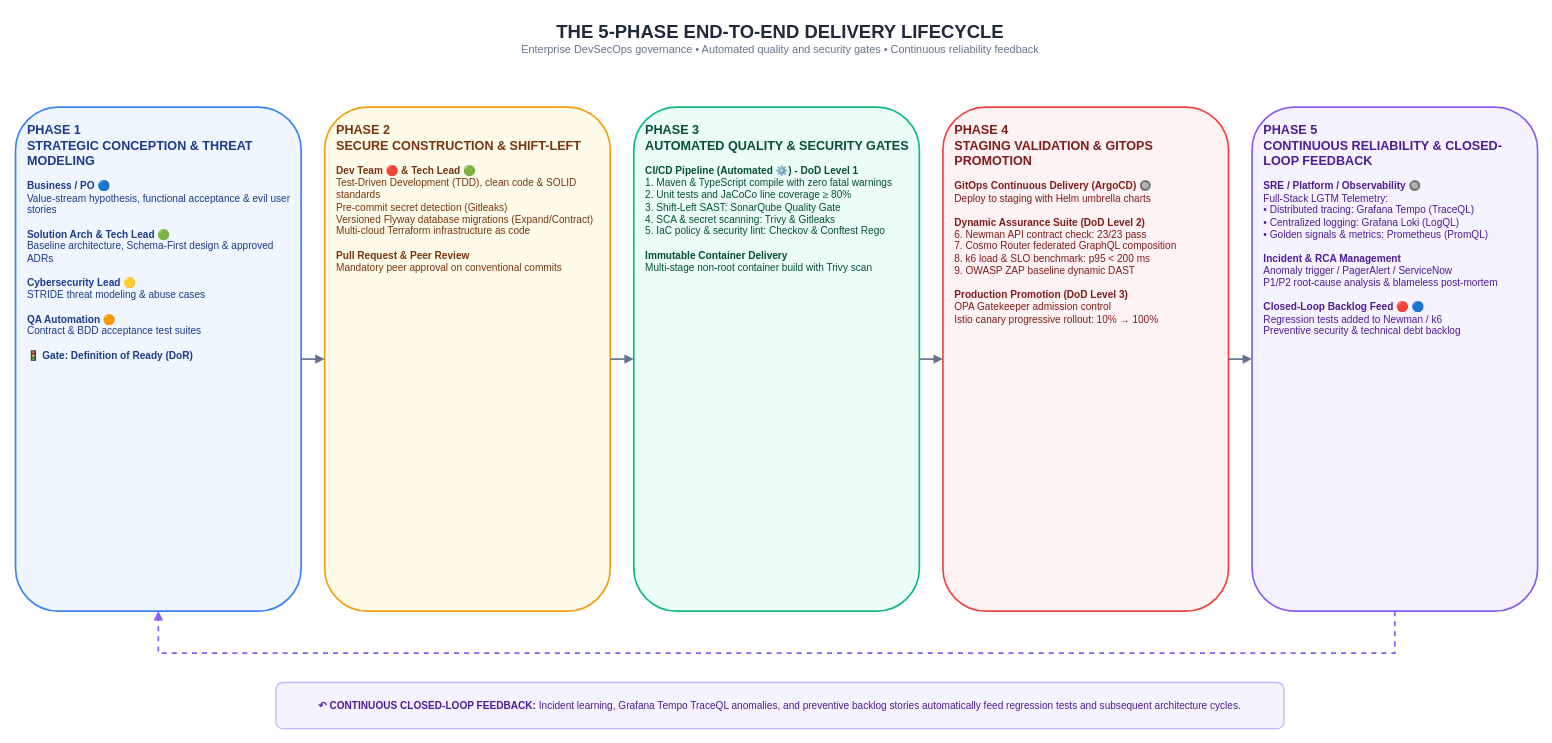
GeorgeGxx/microservices-architecture keeps this draw.io diagram as page "13. The 5-Phase End-to-End Delivery Lifecycle" (13 of 16) of docs/Diagrams.drawio. Above is the earlier version. Source tidied: cells renumbered, new cells numbered last; positions are measured from the earlier drawing's top-left corner, leaving out a move shared by most shapes. Both pictures are drawn from the tidied source at 84%, with x=0, y=0 at pixel (15, 14).
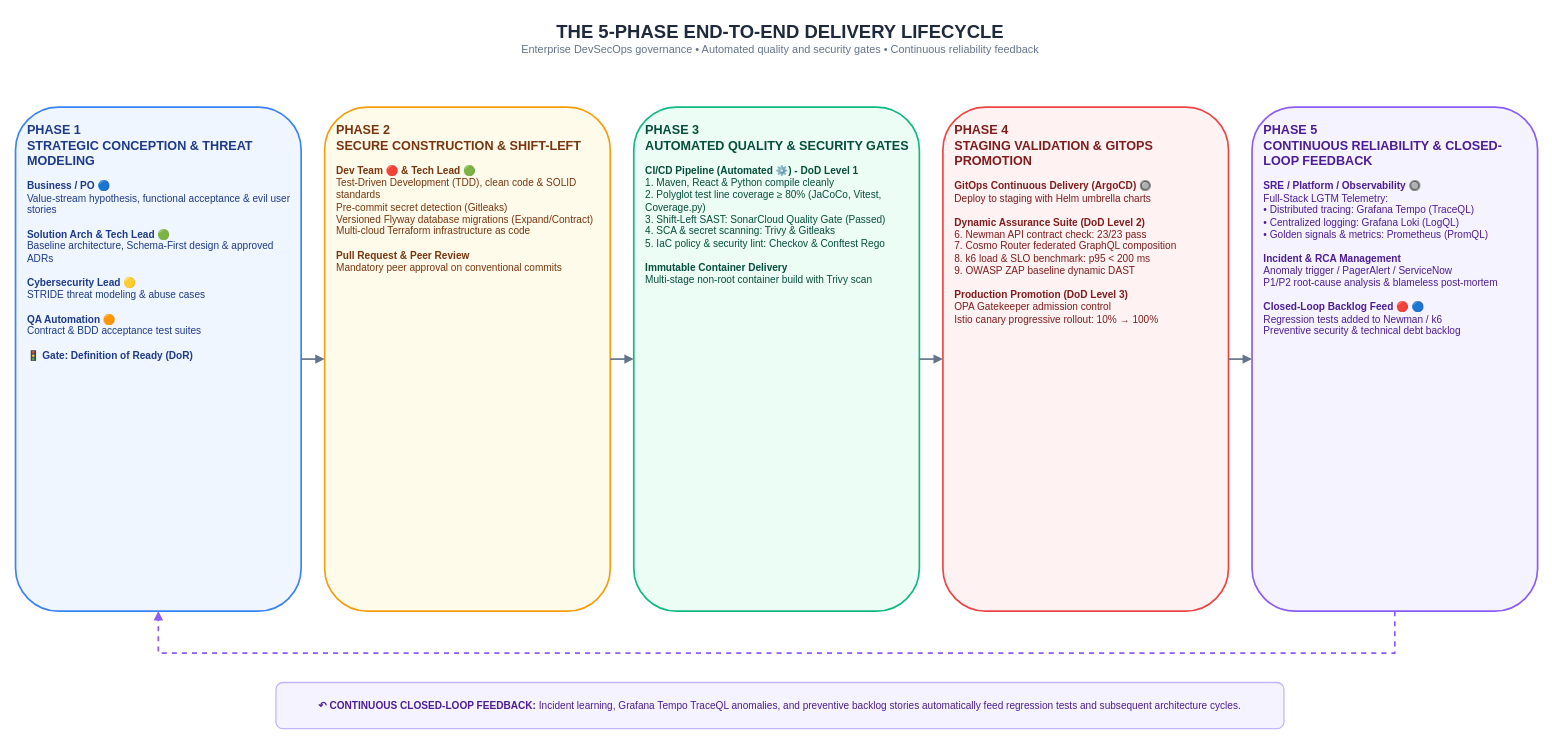
The same diagram, later.

Commit message (it also covers changes not shown here):
docs(sync): synchronize 16-page drawio blueprint, SonarCloud quality gates, and newman counts

The edit, as a diff of the source:
```diff
@@
 <mxGraphModel>
   <root>
     <mxCell id="0" />
     <mxCell id="1" parent="0" />
     <mxCell id="2" value="&lt;b style='font-size:22px;color:#1E293B;'&gt;THE 5-PHASE END-TO-END DELIVERY LIFECYCLE&lt;/b&gt;&lt;br&gt;&lt;span style='font-size:13px;color:#64748B;'&gt;Enterprise DevSecOps governance • Automated quality and security gates • Continuous reliability feedback&lt;/span&gt;" style="text;html=1;align=center;verticalAlign=middle;rounded=0;" parent="1" vertex="1">
       <mxGeometry x="210" width="1400" height="55" as="geometry" />
     </mxCell>
     <mxCell id="3" value="&lt;b style='font-size:15px;'&gt;PHASE 1&lt;br&gt;STRATEGIC CONCEPTION &amp;amp; THREAT MODELING&lt;/b&gt;&lt;br&gt;&lt;br&gt;&lt;b&gt;Business / PO 🔵&lt;/b&gt;&lt;br&gt;Value-stream hypothesis, functional acceptance &amp;amp; evil user stories&lt;br&gt;&lt;br&gt;&lt;b&gt;Solution Arch &amp;amp; Tech Lead 🟢&lt;/b&gt;&lt;br&gt;Baseline architecture, Schema-First design &amp;amp; approved ADRs&lt;br&gt;&lt;br&gt;&lt;b&gt;Cybersecurity Lead 🟡&lt;/b&gt;&lt;br&gt;STRIDE threat modeling &amp;amp; abuse cases&lt;br&gt;&lt;br&gt;&lt;b&gt;QA Automation 🟠&lt;/b&gt;&lt;br&gt;Contract &amp;amp; BDD acceptance test suites&lt;br&gt;&lt;br&gt;&lt;b&gt;🚦 Gate: Definition of Ready (DoR)&lt;/b&gt;" style="rounded=1;whiteSpace=wrap;html=1;strokeWidth=2;fontSize=12;align=left;verticalAlign=top;spacing=14;fillColor=#EFF6FF;strokeColor=#3B82F6;fontColor=#1E3A8A;" parent="1" vertex="1">
       <mxGeometry y="110" width="340" height="600" as="geometry" />
     </mxCell>
     <mxCell id="4" value="&lt;b style='font-size:15px;'&gt;PHASE 2&lt;br&gt;SECURE CONSTRUCTION &amp;amp; SHIFT-LEFT&lt;/b&gt;&lt;br&gt;&lt;br&gt;&lt;b&gt;Dev Team 🔴 &amp;amp; Tech Lead 🟢&lt;/b&gt;&lt;br&gt;Test-Driven Development (TDD), clean code &amp;amp; SOLID standards&lt;br&gt;Pre-commit secret detection (Gitleaks)&lt;br&gt;Versioned Flyway database migrations (Expand/Contract)&lt;br&gt;Multi-cloud Terraform infrastructure as code&lt;br&gt;&lt;br&gt;&lt;b&gt;Pull Request &amp;amp; Peer Review&lt;/b&gt;&lt;br&gt;Mandatory peer approval on conventional commits" style="rounded=1;whiteSpace=wrap;html=1;strokeWidth=2;fontSize=12;align=left;verticalAlign=top;spacing=14;fillColor=#FFFBEB;strokeColor=#F59E0B;fontColor=#78350F;" parent="1" vertex="1">
       <mxGeometry x="368" y="110" width="340" height="600" as="geometry" />
     </mxCell>
-    <mxCell id="5" value="&lt;b style='font-size:15px;'&gt;PHASE 3&lt;br&gt;AUTOMATED QUALITY &amp;amp; SECURITY GATES&lt;/b&gt;&lt;br&gt;&lt;br&gt;&lt;b&gt;CI/CD Pipeline (Automated ⚙️) - DoD Level 1&lt;/b&gt;&lt;br&gt;1. Maven &amp;amp; TypeScript compile with zero fatal warnings&lt;br&gt;2. Unit tests and JaCoCo line coverage ≥ 80%&lt;br&gt;3. Shift-Left SAST: SonarQube Quality Gate&lt;br&gt;4. SCA &amp;amp; secret scanning: Trivy &amp;amp; Gitleaks&lt;br&gt;5. IaC policy &amp;amp; security lint: Checkov &amp;amp; Conftest Rego&lt;br&gt;&lt;br&gt;&lt;b&gt;Immutable Container Delivery&lt;/b&gt;&lt;br&gt;Multi-stage non-root container build with Trivy scan" style="rounded=1;whiteSpace=wrap;html=1;strokeWidth=2;fontSize=12;align=left;verticalAlign=top;spacing=14;fillColor=#ECFDF5;strokeColor=#10B981;fontColor=#064E3B;" parent="1" vertex="1">
+    <mxCell id="5" value="&lt;b style='font-size:15px;'&gt;PHASE 3&lt;br&gt;AUTOMATED QUALITY &amp;amp; SECURITY GATES&lt;/b&gt;&lt;br&gt;&lt;br&gt;&lt;b&gt;CI/CD Pipeline (Automated ⚙️) - DoD Level 1&lt;/b&gt;&lt;br&gt;1. Maven, React &amp;amp; Python compile cleanly&lt;br&gt;2. Polyglot test line coverage ≥ 80% (JaCoCo, Vitest, Coverage.py)&lt;br&gt;3. Shift-Left SAST: SonarCloud Quality Gate (Passed)&lt;br&gt;4. SCA &amp;amp; secret scanning: Trivy &amp;amp; Gitleaks&lt;br&gt;5. IaC policy &amp;amp; security lint: Checkov &amp;amp; Conftest Rego&lt;br&gt;&lt;br&gt;&lt;b&gt;Immutable Container Delivery&lt;/b&gt;&lt;br&gt;Multi-stage non-root container build with Trivy scan" style="rounded=1;whiteSpace=wrap;html=1;strokeWidth=2;fontSize=12;align=left;verticalAlign=top;spacing=14;fillColor=#ECFDF5;strokeColor=#10B981;fontColor=#064E3B;" parent="1" vertex="1">
       <mxGeometry x="736" y="110" width="340" height="600" as="geometry" />
     </mxCell>
     <mxCell id="6" value="&lt;b style='font-size:15px;'&gt;PHASE 4&lt;br&gt;STAGING VALIDATION &amp;amp; GITOPS PROMOTION&lt;/b&gt;&lt;br&gt;&lt;br&gt;&lt;b&gt;GitOps Continuous Delivery (ArgoCD) 🔘&lt;/b&gt;&lt;br&gt;Deploy to staging with Helm umbrella charts&lt;br&gt;&lt;br&gt;&lt;b&gt;Dynamic Assurance Suite (DoD Level 2)&lt;/b&gt;&lt;br&gt;6. Newman API contract check: 23/23 pass&lt;br&gt;7. Cosmo Router federated GraphQL composition&lt;br&gt;8. k6 load &amp;amp; SLO benchmark: p95 &amp;lt; 200 ms&lt;br&gt;9. OWASP ZAP baseline dynamic DAST&lt;br&gt;&lt;br&gt;&lt;b&gt;Production Promotion (DoD Level 3)&lt;/b&gt;&lt;br&gt;OPA Gatekeeper admission control&lt;br&gt;Istio canary progressive rollout: 10% → 100%" style="rounded=1;whiteSpace=wrap;html=1;strokeWidth=2;fontSize=12;align=left;verticalAlign=top;spacing=14;fillColor=#FEF2F2;strokeColor=#EF4444;fontColor=#7F1D1D;" parent="1" vertex="1">
       <mxGeometry x="1104" y="110" width="340" height="600" as="geometry" />
     </mxCell>
     <mxCell id="7" value="&lt;b style='font-size:15px;'&gt;PHASE 5&lt;br&gt;CONTINUOUS RELIABILITY &amp;amp; CLOSED-LOOP FEEDBACK&lt;/b&gt;&lt;br&gt;&lt;br&gt;&lt;b&gt;SRE / Platform / Observability 🔘&lt;/b&gt;&lt;br&gt;Full-Stack LGTM Telemetry:&lt;br&gt;• Distributed tracing: Grafana Tempo (TraceQL)&lt;br&gt;• Centralized logging: Grafana Loki (LogQL)&lt;br&gt;• Golden signals &amp;amp; metrics: Prometheus (PromQL)&lt;br&gt;&lt;br&gt;&lt;b&gt;Incident &amp;amp; RCA Management&lt;/b&gt;&lt;br&gt;Anomaly trigger / PagerAlert / ServiceNow&lt;br&gt;P1/P2 root-cause analysis &amp;amp; blameless post-mortem&lt;br&gt;&lt;br&gt;&lt;b&gt;Closed-Loop Backlog Feed 🔴 🔵&lt;/b&gt;&lt;br&gt;Regression tests added to Newman / k6&lt;br&gt;Preventive security &amp;amp; technical debt backlog" style="rounded=1;whiteSpace=wrap;html=1;strokeWidth=2;fontSize=12;align=left;verticalAlign=top;spacing=14;fillColor=#F5F3FF;strokeColor=#8B5CF6;fontColor=#4C1D95;" parent="1" vertex="1">
       <mxGeometry x="1472" y="110" width="340" height="600" as="geometry" />
     </mxCell>
     <mxCell id="8" style="edgeStyle=orthogonalEdgeStyle;rounded=0;html=1;strokeWidth=2;endArrow=block;endFill=1;strokeColor=#64748B;" parent="1" edge="1" source="3" target="4">
       <mxGeometry relative="1" as="geometry" />
     </mxCell>
     <mxCell id="9" style="edgeStyle=orthogonalEdgeStyle;rounded=0;html=1;strokeWidth=2;endArrow=block;endFill=1;strokeColor=#64748B;" parent="1" edge="1" source="4" target="5">
       <mxGeometry relative="1" as="geometry" />
     </mxCell>
     <mxCell id="10" style="edgeStyle=orthogonalEdgeStyle;rounded=0;html=1;strokeWidth=2;endArrow=block;endFill=1;strokeColor=#64748B;" parent="1" edge="1" source="5" target="6">
       <mxGeometry relative="1" as="geometry" />
     </mxCell>
     <mxCell id="11" style="edgeStyle=orthogonalEdgeStyle;rounded=0;html=1;strokeWidth=2;endArrow=block;endFill=1;strokeColor=#64748B;" parent="1" edge="1" source="6" target="7">
       <mxGeometry relative="1" as="geometry" />
     </mxCell>
     <mxCell id="12" style="edgeStyle=orthogonalEdgeStyle;rounded=0;html=1;strokeWidth=2;endArrow=block;endFill=1;strokeColor=#8B5CF6;dashed=1;exitX=0.5;exitY=1;entryX=0.5;entryY=1;" parent="1" edge="1" source="7" target="3">
       <mxGeometry relative="1" as="geometry">
         <Array as="points">
           <mxPoint x="1642" y="760" />
           <mxPoint x="170" y="760" />
         </Array>
       </mxGeometry>
     </mxCell>
     <mxCell id="13" value="&lt;b&gt;↶ CONTINUOUS CLOSED-LOOP FEEDBACK:&lt;/b&gt; Incident learning, Grafana Tempo TraceQL anomalies, and preventive backlog stories automatically feed regression tests and subsequent architecture cycles." style="rounded=1;whiteSpace=wrap;html=1;fillColor=#F5F3FF;strokeColor=#C4B5FD;strokeWidth=1.5;fontColor=#4C1D95;fontSize=12;align=center;verticalAlign=middle;" parent="1" vertex="1">
       <mxGeometry x="310" y="795" width="1200" height="55" as="geometry" />
     </mxCell>
   </root>
 </mxGraphModel>
```
